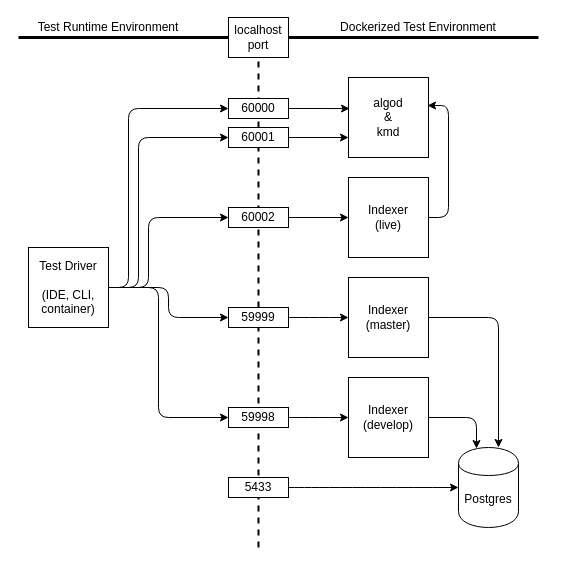
Above: docs/SDK Test Environment.drawio in algorand/algorand-sdk-testing (draw.io), before the change. Source tidied: cells renumbered, new cells numbered last; positions are measured from the earlier drawing's top-left corner, leaving out a move shared by most shapes. Both pictures are drawn from the tidied source at 100%, with x=0, y=0 at pixel (18, 17).
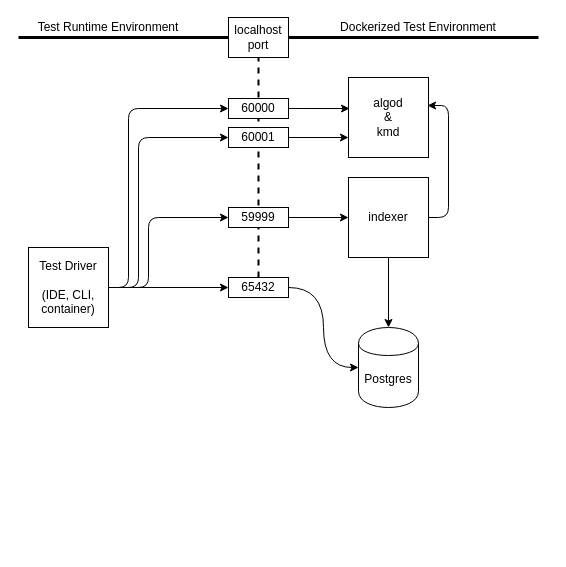
The same page after the edit.

Unchanged cells that the change refers to:
```xml
<mxCell id="26" value="Test Driver&lt;br&gt;&lt;br&gt;(IDE, CLI, container)" style="whiteSpace=wrap;html=1;" parent="1" vertex="1">
  <mxGeometry x="10" y="230" width="80" height="80" as="geometry" />
</mxCell>
```

What changed in the source:
```diff
@@
-    <mxCell id="4" style="endArrow=none;dashed=1;html=1;strokeWidth=2;" parent="1" edge="1">
+    <mxCell id="4" style="endArrow=none;dashed=1;html=1;strokeWidth=2;exitX=0.5;exitY=0;exitDx=0;exitDy=0;" parent="1" edge="1" source="20">
       <mxGeometry relative="1" as="geometry">
-        <mxPoint x="240" y="530" as="sourcePoint" />
         <mxPoint x="240" y="20" as="targetPoint" />
       </mxGeometry>
     </mxCell>
@@
     <mxCell id="6" value="Postgres" style="shape=cylinder;whiteSpace=wrap;html=1;boundedLbl=1;backgroundOutline=1;" parent="1" vertex="1">
-      <mxGeometry x="440" y="430" width="60" height="80" as="geometry" />
+      <mxGeometry x="340" y="310" width="60" height="80" as="geometry" />
     </mxCell>
-    <mxCell id="7" style="edgeStyle=orthogonalEdgeStyle;jettySize=auto;html=1;strokeWidth=1;rounded=1;" parent="1" edge="1" source="8" target="6">
-      <mxGeometry relative="1" as="geometry">
-        <Array as="points">
-          <mxPoint x="480" y="300" />
-        </Array>
-      </mxGeometry>
-    </mxCell>
-    <mxCell id="8" value="Indexer&lt;br&gt;(master)" style="whiteSpace=wrap;html=1;" parent="1" vertex="1">
-      <mxGeometry x="330" y="260" width="80" height="80" as="geometry" />
-    </mxCell>
-    <mxCell id="9" style="edgeStyle=orthogonalEdgeStyle;jettySize=auto;html=1;entryX=0.3;entryY=0.013;entryDx=0;entryDy=0;strokeWidth=1;entryPerimeter=0;rounded=1;" parent="1" edge="1" source="10" target="6">
-      <mxGeometry relative="1" as="geometry" />
-    </mxCell>
-    <mxCell id="10" value="Indexer&lt;br&gt;(develop)" style="whiteSpace=wrap;html=1;" parent="1" vertex="1">
-      <mxGeometry x="330" y="360" width="80" height="80" as="geometry" />
-    </mxCell>
@@
-    <mxCell id="15" style="edgeStyle=orthogonalEdgeStyle;curved=1;jettySize=auto;html=1;entryX=0;entryY=0.5;entryDx=0;entryDy=0;strokeWidth=1;" parent="1" edge="1" source="16" target="8">
-      <mxGeometry relative="1" as="geometry" />
-    </mxCell>
-    <mxCell id="16" value="59999" style="rounded=0;whiteSpace=wrap;html=1;" parent="1" vertex="1">
-      <mxGeometry x="210" y="290" width="60" height="20" as="geometry" />
-    </mxCell>
-    <mxCell id="17" style="edgeStyle=orthogonalEdgeStyle;curved=1;jettySize=auto;html=1;entryX=0;entryY=0.5;entryDx=0;entryDy=0;strokeWidth=1;" parent="1" edge="1" source="18" target="10">
-      <mxGeometry relative="1" as="geometry" />
-    </mxCell>
-    <mxCell id="18" value="59998" style="rounded=0;whiteSpace=wrap;html=1;" parent="1" vertex="1">
-      <mxGeometry x="210" y="390" width="60" height="20" as="geometry" />
-    </mxCell>
@@
-    <mxCell id="20" value="5433" style="rounded=0;whiteSpace=wrap;html=1;" parent="1" vertex="1">
-      <mxGeometry x="210" y="460" width="60" height="20" as="geometry" />
+    <mxCell id="20" value="65432" style="rounded=0;whiteSpace=wrap;html=1;" parent="1" vertex="1">
+      <mxGeometry x="210" y="260" width="60" height="20" as="geometry" />
     </mxCell>
@@
-    <mxCell id="24" style="edgeStyle=orthogonalEdgeStyle;jettySize=auto;html=1;entryX=0;entryY=0.5;entryDx=0;entryDy=0;rounded=1;" parent="1" edge="1" source="26" target="16">
-      <mxGeometry relative="1" as="geometry">
-        <Array as="points">
-          <mxPoint x="150" y="270" />
-          <mxPoint x="150" y="300" />
-        </Array>
-      </mxGeometry>
-    </mxCell>
-    <mxCell id="25" style="edgeStyle=orthogonalEdgeStyle;jettySize=auto;html=1;entryX=0;entryY=0.5;entryDx=0;entryDy=0;rounded=1;" parent="1" edge="1" source="26" target="18">
-      <mxGeometry relative="1" as="geometry">
-        <Array as="points">
-          <mxPoint x="140" y="270" />
-          <mxPoint x="140" y="400" />
-        </Array>
-      </mxGeometry>
-    </mxCell>
+    <mxCell id="34" style="edgeStyle=none;html=1;exitX=1;exitY=0.5;exitDx=0;exitDy=0;entryX=0;entryY=0.5;entryDx=0;entryDy=0;" parent="1" edge="1" source="26" target="20">
+      <mxGeometry relative="1" as="geometry" />
+    </mxCell>
@@
-    <mxCell id="31" value="60002" style="rounded=0;whiteSpace=wrap;html=1;" parent="1" vertex="1">
+    <mxCell id="31" value="59999" style="rounded=0;whiteSpace=wrap;html=1;" parent="1" vertex="1">
       <mxGeometry x="210" y="190" width="60" height="20" as="geometry" />
     </mxCell>
@@
+    <mxCell id="35" style="edgeStyle=none;html=1;exitX=0.5;exitY=1;exitDx=0;exitDy=0;entryX=0.5;entryY=0;entryDx=0;entryDy=0;" parent="1" edge="1" source="33" target="6">
+      <mxGeometry relative="1" as="geometry" />
+    </mxCell>
-    <mxCell id="33" value="Indexer&lt;br&gt;(live)" style="whiteSpace=wrap;html=1;" parent="1" vertex="1">
+    <mxCell id="33" value="indexer" style="whiteSpace=wrap;html=1;" parent="1" vertex="1">
       <mxGeometry x="330" y="160" width="80" height="80" as="geometry" />
     </mxCell>
```
